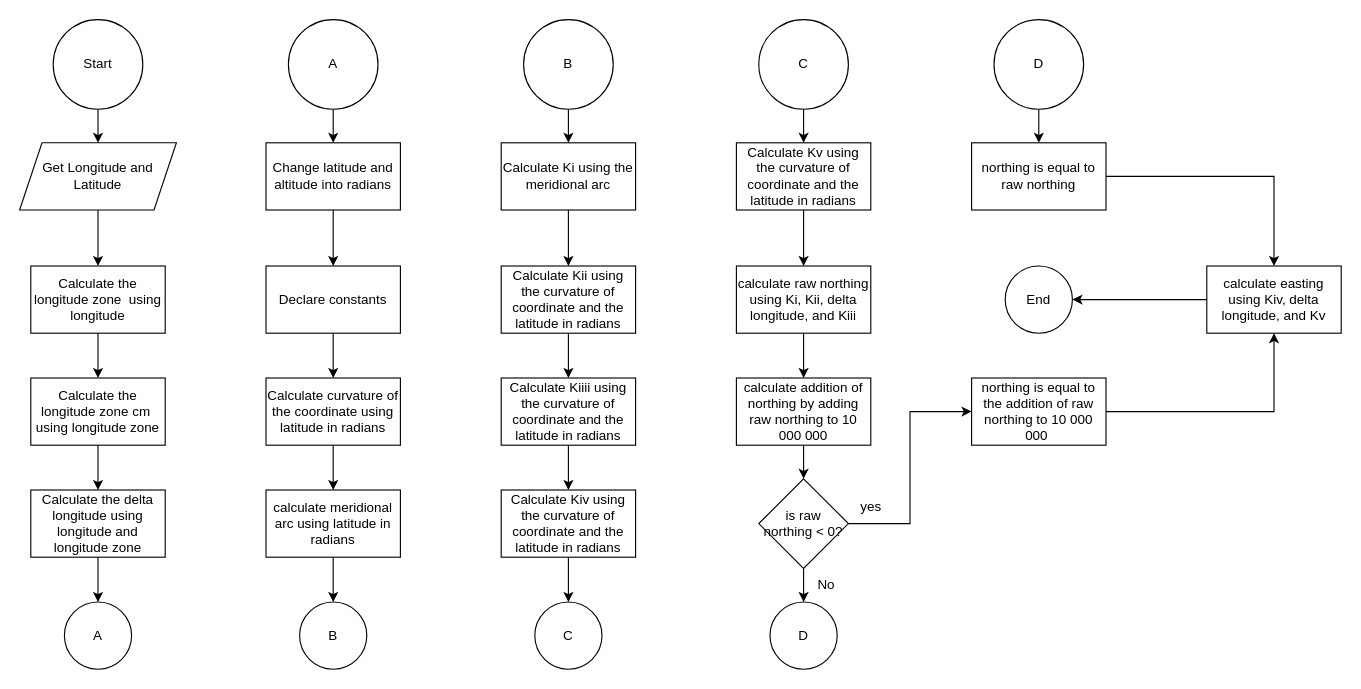
Above: Converting_to_UTM.drawio in angusbarnes/ENGG100 (draw.io), before the change. Source tidied: cells renumbered, new cells numbered last; positions are measured from the earlier drawing's top-left corner, leaving out a move shared by most shapes. Both pictures are drawn from the tidied source at 112%, with x=0, y=0 at pixel (19, 19).
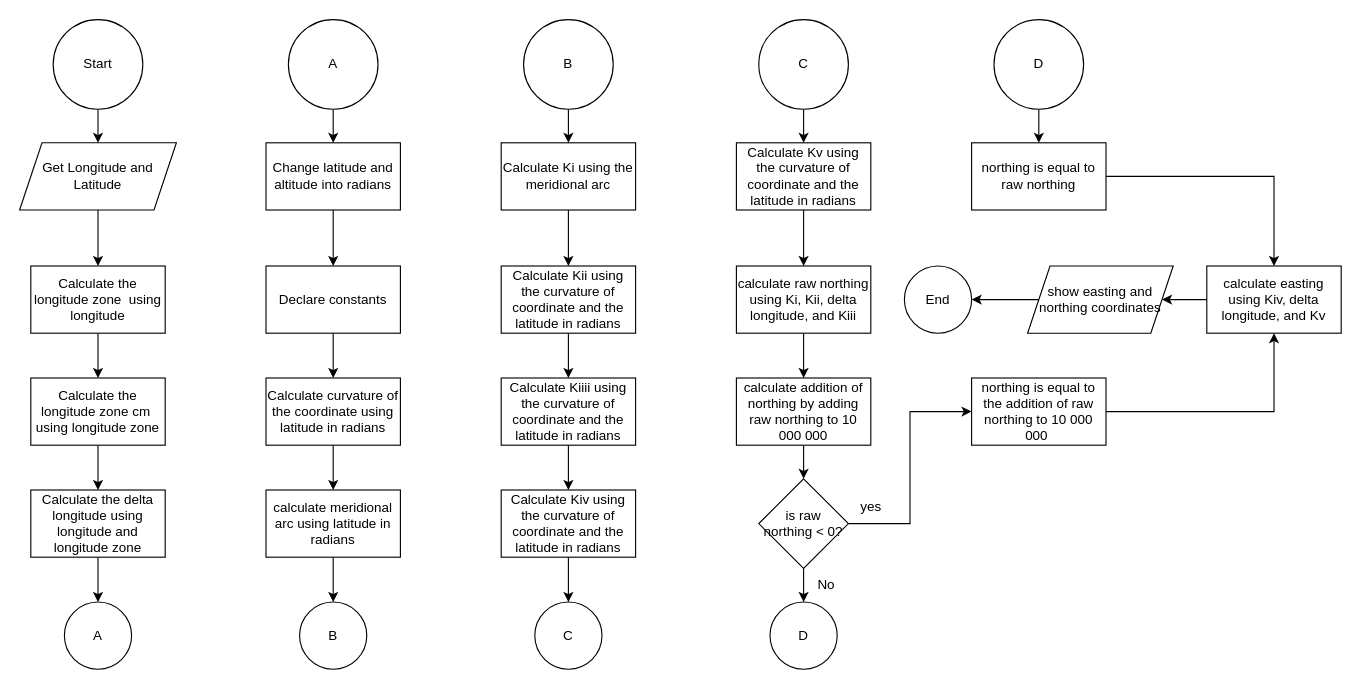
The same page after the edit.

Unchanged cells that the change refers to:
```xml
<mxCell id="56" value="calculate easting using Kiv, delta longitude, and Kv" style="whiteSpace=wrap;html=1;rounded=0;" parent="1" vertex="1">
  <mxGeometry x="1060" y="220" width="120" height="60" as="geometry" />
</mxCell>
```

What changed in the source:
```diff
@@
-    <mxCell id="55" style="edgeStyle=orthogonalEdgeStyle;rounded=0;jettySize=auto;html=1;entryX=1;entryY=0.5;entryDx=0;entryDy=0;" parent="1" edge="1" source="56" target="57">
-      <mxGeometry relative="1" as="geometry" />
-    </mxCell>
+    <mxCell id="58" style="edgeStyle=orthogonalEdgeStyle;rounded=0;jettySize=auto;html=1;entryX=1;entryY=0.5;entryDx=0;entryDy=0;" parent="1" edge="1" source="56" target="60">
+      <mxGeometry relative="1" as="geometry" />
+    </mxCell>
@@
     <mxCell id="57" value="End" style="ellipse;whiteSpace=wrap;html=1;" parent="1" vertex="1">
-      <mxGeometry x="880" y="220" width="60" height="60" as="geometry" />
+      <mxGeometry x="790" y="220" width="60" height="60" as="geometry" />
     </mxCell>
+    <mxCell id="59" style="edgeStyle=orthogonalEdgeStyle;rounded=0;jettySize=auto;html=1;entryX=1;entryY=0.5;entryDx=0;entryDy=0;" parent="1" edge="1" source="60" target="57">
+      <mxGeometry relative="1" as="geometry" />
+    </mxCell>
+    <mxCell id="60" value="show easting and northing coordinates" style="shape=parallelogram;perimeter=parallelogramPerimeter;whiteSpace=wrap;html=1;fixedSize=1;" parent="1" vertex="1">
+      <mxGeometry x="900" y="220" width="130" height="60" as="geometry" />
+    </mxCell>
```
